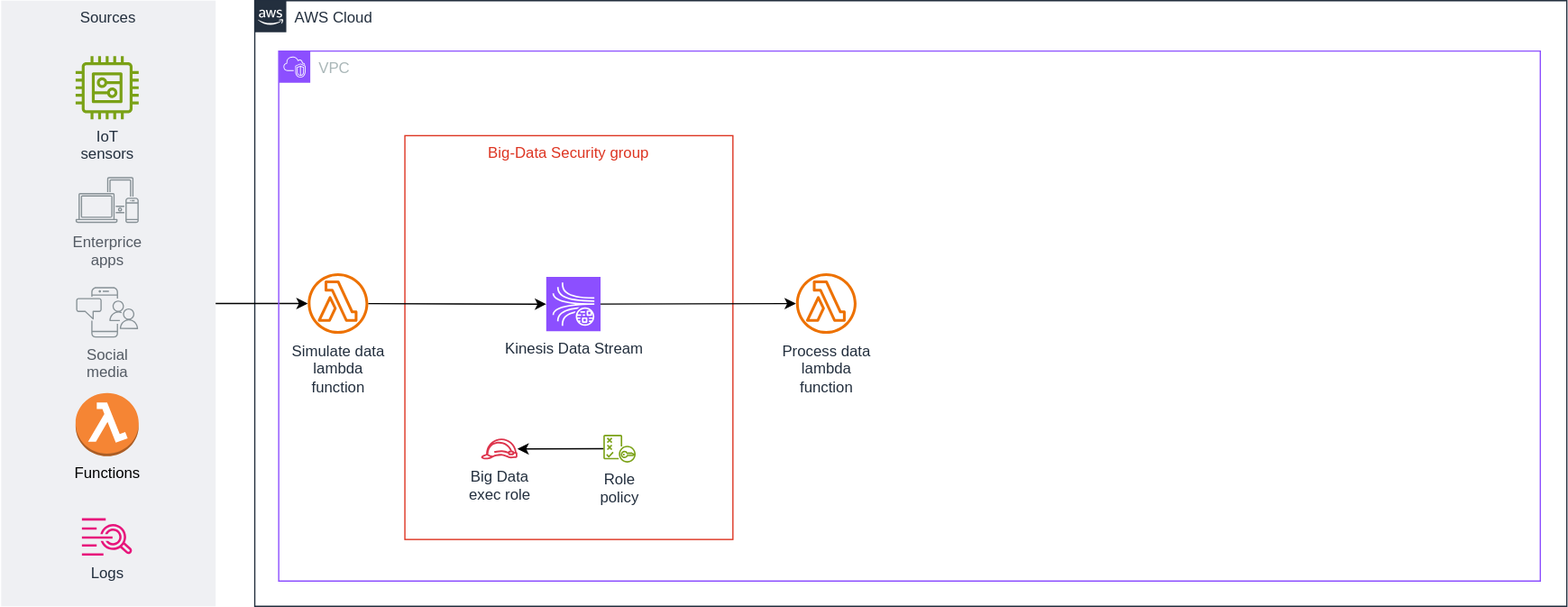
Above: data-batch-and-stream-architecture-pattern.drawio.svg in edgarinhm/b4bit-architecture-scalable-challenge (draw.io), before the change. Source tidied: cells renumbered, new cells last; positions are measured from the earlier drawing's top-left corner, leaving out a move shared by most shapes.
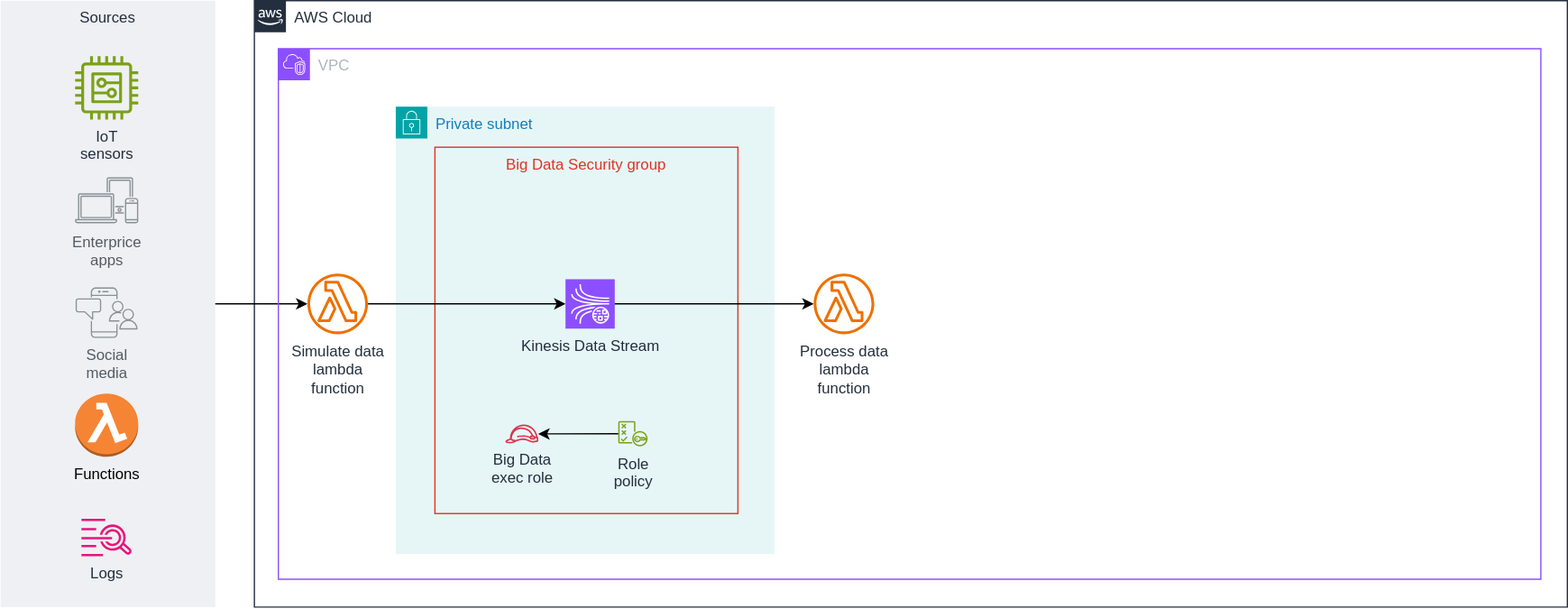
The same diagram one commit later.

Commit message:
add private subnet

The edit, as a diff of the source:
```diff
@@ -33,30 +33,36 @@
       <mxGeometry relative="1" as="geometry" />
     </mxCell>
     <mxCell id="12" value="VPC" style="gradientColor=none;html=1;whiteSpace=wrap;fontSize=12;fontStyle=0;shape=mxgraph.aws4.group;grIcon=mxgraph.aws4.group_vpc2;strokeColor=#8C4FFF;fillColor=none;verticalAlign=top;align=left;spacingLeft=30;fontColor=#AAB7B8;dashed=0;" parent="1" vertex="1">
-      <mxGeometry x="220" y="40" width="1000" height="420" as="geometry" />
+      <mxGeometry x="220" y="38" width="1000" height="420" as="geometry" />
     </mxCell>
+    <mxCell id="22" style="group;" parent="12" vertex="1">
+      <mxGeometry x="93" y="46" width="379" height="354" as="geometry" />
+    </mxCell>
+    <mxCell id="23" value="Private subnet" style="gradientColor=none;html=1;whiteSpace=wrap;fontSize=12;fontStyle=0;shape=mxgraph.aws4.group;grIcon=mxgraph.aws4.group_security_group;grStroke=0;strokeColor=#00A4A6;fillColor=#E6F6F7;verticalAlign=top;align=left;spacingLeft=30;fontColor=#147EBA;dashed=0;" parent="22" vertex="1">
+      <mxGeometry width="300" height="354" as="geometry" />
+    </mxCell>
-    <mxCell id="13" value="Process data&lt;div&gt;lambda&lt;div&gt;function&lt;/div&gt;&lt;/div&gt;" style="sketch=0;outlineConnect=0;fontColor=#232F3E;gradientColor=none;fillColor=#ED7100;strokeColor=none;dashed=0;verticalLabelPosition=bottom;verticalAlign=top;align=center;html=1;fontSize=12;fontStyle=0;shape=mxgraph.aws4.lambda_function;" parent="12" vertex="1">
-      <mxGeometry x="410" y="176" width="48" height="48" as="geometry" />
+    <mxCell id="13" value="Process data&lt;div&gt;lambda&lt;div&gt;function&lt;/div&gt;&lt;/div&gt;" style="sketch=0;outlineConnect=0;fontColor=#232F3E;gradientColor=none;fillColor=#ED7100;strokeColor=none;dashed=0;verticalLabelPosition=bottom;verticalAlign=top;align=center;html=1;fontSize=12;fontStyle=0;shape=mxgraph.aws4.lambda_function;" parent="22" vertex="1">
+      <mxGeometry x="331" y="132" width="48" height="48" as="geometry" />
     </mxCell>
-    <mxCell id="14" style="group;" parent="12" vertex="1">
-      <mxGeometry x="100" y="67" width="260" height="320" as="geometry" />
+    <mxCell id="14" style="group;" parent="22" vertex="1">
+      <mxGeometry x="31" y="34" width="240" height="290" as="geometry" />
     </mxCell>
-    <mxCell id="15" value="Big-Data Security group" style="fillColor=none;strokeColor=#DD3522;verticalAlign=top;fontStyle=0;fontColor=#DD3522;whiteSpace=wrap;html=1;" parent="14" vertex="1">
-      <mxGeometry width="260" height="320" as="geometry" />
+    <mxCell id="15" value="Big Data Security group" style="fillColor=none;strokeColor=#DD3522;verticalAlign=top;fontStyle=0;fontColor=#DD3522;whiteSpace=wrap;html=1;" parent="14" vertex="1">
+      <mxGeometry y="-2" width="240" height="290" as="geometry" />
     </mxCell>
     <mxCell id="16" value="Kinesis Data Stream" style="sketch=0;points=[[0,0,0],[0.25,0,0],[0.5,0,0],[0.75,0,0],[1,0,0],[0,1,0],[0.25,1,0],[0.5,1,0],[0.75,1,0],[1,1,0],[0,0.25,0],[0,0.5,0],[0,0.75,0],[1,0.25,0],[1,0.5,0],[1,0.75,0]];outlineConnect=0;fontColor=#232F3E;fillColor=#8C4FFF;strokeColor=#ffffff;dashed=0;verticalLabelPosition=bottom;verticalAlign=top;align=center;html=1;fontSize=12;fontStyle=0;shape=mxgraph.aws4.resourceIcon;resIcon=mxgraph.aws4.kinesis_data_streams;" parent="14" vertex="1">
-      <mxGeometry x="112" y="112" width="43.1" height="43.1" as="geometry" />
+      <mxGeometry x="103.4" y="102.5" width="39" height="39" as="geometry" />
     </mxCell>
     <mxCell id="17" value="Big Data&lt;div&gt;exec role&lt;/div&gt;" style="sketch=0;outlineConnect=0;fontColor=#232F3E;gradientColor=none;fillColor=#DD344C;strokeColor=none;dashed=0;verticalLabelPosition=bottom;verticalAlign=top;align=center;html=1;fontSize=12;fontStyle=0;shape=mxgraph.aws4.role;" parent="14" vertex="1">
-      <mxGeometry x="60.1" y="240" width="29.4" height="16.6" as="geometry" />
+      <mxGeometry x="55.5" y="217.5" width="26.6" height="15" as="geometry" />
     </mxCell>
     <mxCell id="18" value="Role&amp;nbsp;&lt;div&gt;policy&lt;/div&gt;" style="sketch=0;outlineConnect=0;fontColor=#232F3E;gradientColor=none;fillColor=#7AA116;strokeColor=none;dashed=0;verticalLabelPosition=bottom;verticalAlign=top;align=center;html=1;fontSize=12;fontStyle=0;shape=mxgraph.aws4.policy;" parent="14" vertex="1">
-      <mxGeometry x="157.3" y="237" width="25.7" height="22.1" as="geometry" />
+      <mxGeometry x="145.2" y="214.8" width="23.3" height="20" as="geometry" />
     </mxCell>
     <mxCell id="19" style="edgeStyle=none;html=1;" parent="14" edge="1" source="18" target="17">
       <mxGeometry relative="1" as="geometry" />
     </mxCell>
-    <mxCell id="20" style="edgeStyle=none;html=1;" parent="12" edge="1" source="16" target="13">
+    <mxCell id="20" style="edgeStyle=none;html=1;" parent="22" edge="1" source="16" target="13">
       <mxGeometry relative="1" as="geometry" />
     </mxCell>
     <mxCell id="21" style="edgeStyle=none;html=1;entryX=0;entryY=0.5;entryDx=0;entryDy=0;entryPerimeter=0;" parent="1" edge="1" source="3" target="16">
```
